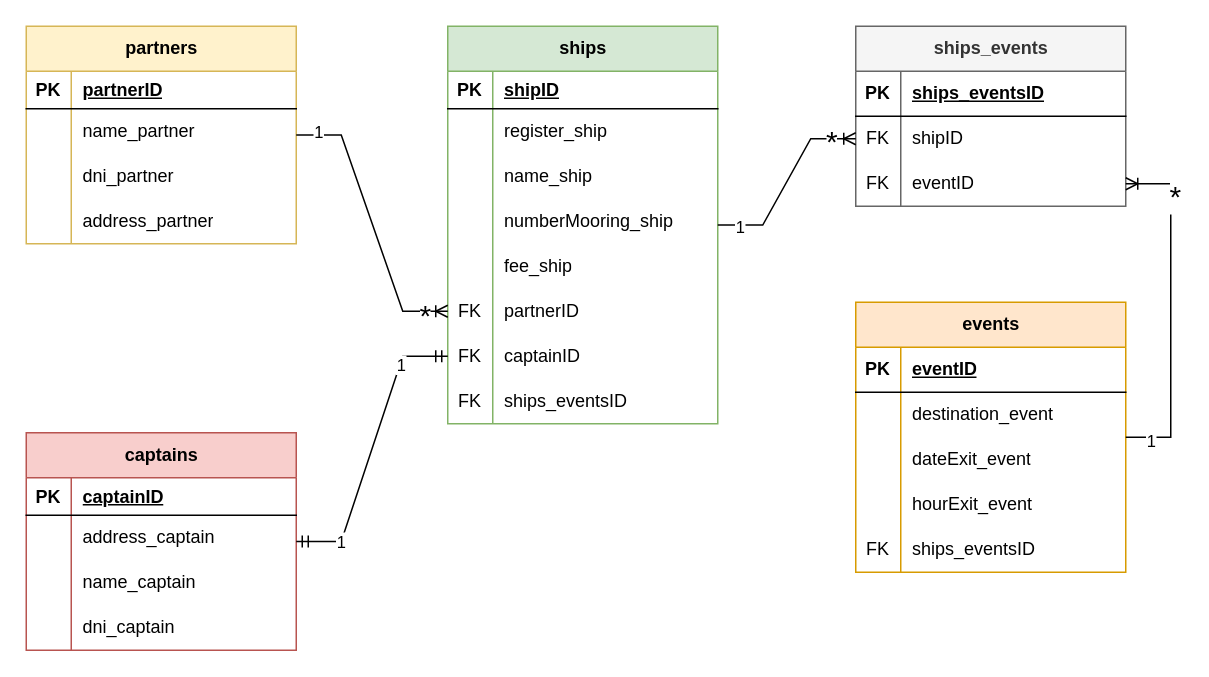
Above: page "ER_Ejercicio2" (3 of 6) of ejercicio2.drawio in JeffreySuarez/DEV.F-02-BD (draw.io), before the change. Source tidied: cells renumbered, new cells numbered last; positions are measured from the earlier drawing's top-left corner, leaving out a move shared by most shapes. Both pictures are drawn from the tidied source at 150%, with x=0, y=0 at pixel (26, 26).
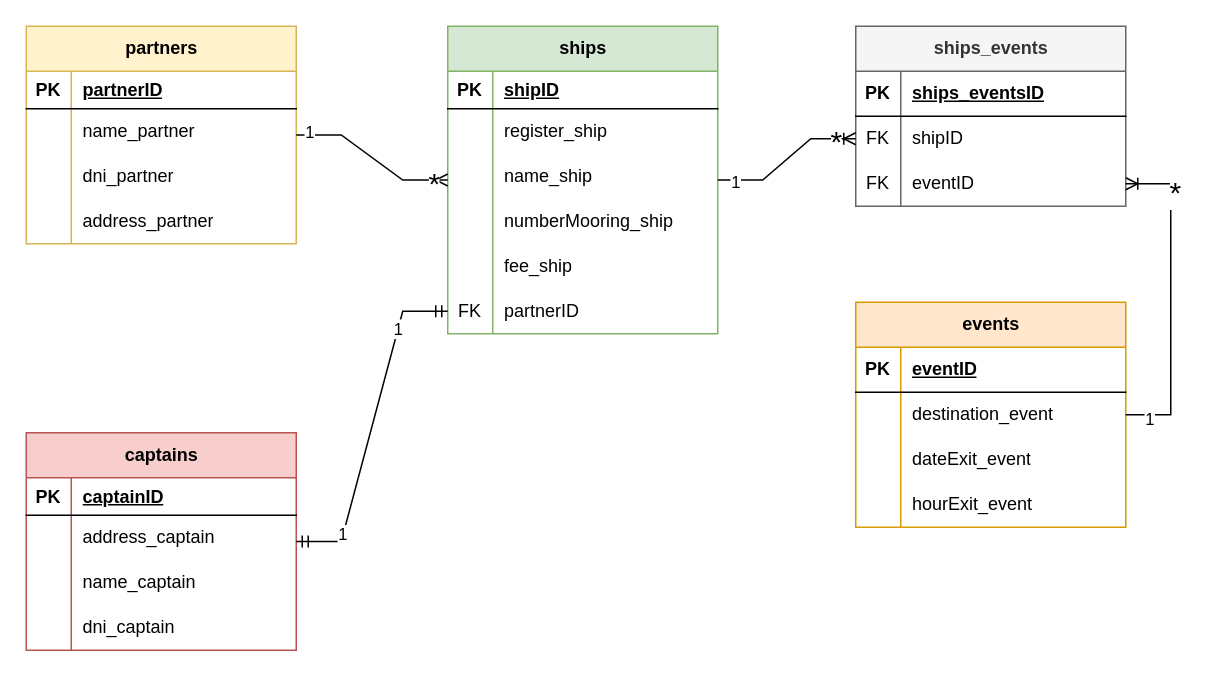
The same page after the edit.

Unchanged cells that the change refers to:
```xml
<mxCell id="2" value="partners" style="shape=table;startSize=30;childLayout=tableLayout;rowLines=0;fontStyle=1;align=center;html=1;fillColor=#fff2cc;strokeColor=#d6b656;" parent="1" vertex="1">
  <mxGeometry width="180" height="145" as="geometry" />
</mxCell>
<mxCell id="31" style="shape=tableRow;horizontal=0;startSize=0;swimlaneHead=0;swimlaneBody=0;fillColor=none;points=[[0,0.5],[1,0.5]];portConstraint=eastwest;top=0;left=0;right=0;bottom=0;" parent="15" vertex="1">
  <mxGeometry y="175" width="180" height="30" as="geometry" />
</mxCell>
<mxCell id="40" value="captains" style="shape=table;startSize=30;childLayout=tableLayout;rowLines=0;fontStyle=1;align=center;html=1;fillColor=#f8cecc;strokeColor=#b85450;" parent="1" vertex="1">
  <mxGeometry y="271" width="180" height="145" as="geometry" />
</mxCell>
```

The edit, as a diff of the source:
```diff
@@
     <mxCell id="15" value="ships" style="shape=table;startSize=30;childLayout=tableLayout;rowLines=0;fontStyle=1;align=center;html=1;fillColor=#d5e8d4;strokeColor=#82b366;" parent="1" vertex="1">
-      <mxGeometry x="281" width="180" height="265" as="geometry" />
+      <mxGeometry x="281" width="180" height="205" as="geometry" />
     </mxCell>
@@
-    <mxCell id="34" style="shape=tableRow;horizontal=0;startSize=0;swimlaneHead=0;swimlaneBody=0;fillColor=none;points=[[0,0.5],[1,0.5]];portConstraint=eastwest;top=0;left=0;right=0;bottom=0;" parent="15" vertex="1">
-      <mxGeometry y="205" width="180" height="30" as="geometry" />
-    </mxCell>
-    <mxCell id="35" value="FK" style="shape=partialRectangle;fillColor=none;top=0;left=0;bottom=0;right=0;overflow=hidden;whiteSpace=wrap;html=1;" parent="34" vertex="1">
-      <mxGeometry width="30" height="30" as="geometry" />
-    </mxCell>
-    <mxCell id="36" value="captainID" style="shape=partialRectangle;fillColor=none;top=0;left=0;bottom=0;right=0;align=left;spacingLeft=6;overflow=hidden;whiteSpace=wrap;html=1;" parent="34" vertex="1">
-      <mxGeometry x="30" width="150" height="30" as="geometry" />
-    </mxCell>
-    <mxCell id="37" style="shape=tableRow;horizontal=0;startSize=0;swimlaneHead=0;swimlaneBody=0;fillColor=none;top=0;left=0;right=0;bottom=0;" parent="15" vertex="1">
-      <mxGeometry y="235" width="180" height="30" as="geometry" />
-    </mxCell>
-    <mxCell id="38" value="FK" style="shape=partialRectangle;fillColor=none;top=0;left=0;bottom=0;right=0;overflow=hidden;whiteSpace=wrap;html=1;" parent="37" vertex="1">
-      <mxGeometry width="30" height="30" as="geometry" />
-    </mxCell>
-    <mxCell id="39" value="ships_eventsID" style="shape=partialRectangle;fillColor=none;top=0;left=0;bottom=0;right=0;align=left;spacingLeft=6;overflow=hidden;whiteSpace=wrap;html=1;" parent="37" vertex="1">
-      <mxGeometry x="30" width="150" height="30" as="geometry" />
-    </mxCell>
@@
     <mxCell id="53" value="events" style="shape=table;startSize=30;childLayout=tableLayout;rowLines=0;fontStyle=1;align=center;html=1;fillColor=#ffe6cc;strokeColor=#d79b00;" parent="1" vertex="1">
-      <mxGeometry x="553" y="184" width="180" height="180" as="geometry" />
+      <mxGeometry x="553" y="184" width="180" height="150" as="geometry" />
     </mxCell>
@@
-    <mxCell id="66" style="shape=tableRow;horizontal=0;startSize=0;swimlaneHead=0;swimlaneBody=0;fillColor=none;top=0;left=0;right=0;bottom=0;" parent="53" vertex="1">
-      <mxGeometry y="150" width="180" height="30" as="geometry" />
-    </mxCell>
-    <mxCell id="67" value="FK" style="shape=partialRectangle;fillColor=none;top=0;left=0;bottom=0;right=0;overflow=hidden;whiteSpace=wrap;html=1;" parent="66" vertex="1">
-      <mxGeometry width="30" height="30" as="geometry" />
-    </mxCell>
-    <mxCell id="68" value="ships_eventsID" style="shape=partialRectangle;fillColor=none;top=0;left=0;bottom=0;right=0;align=left;spacingLeft=6;overflow=hidden;whiteSpace=wrap;html=1;" parent="66" vertex="1">
-      <mxGeometry x="30" width="150" height="30" as="geometry" />
-    </mxCell>
@@
-    <mxCell id="79" style="edgeStyle=entityRelationEdgeStyle;fontSize=12;html=1;endArrow=ERmandOne;startArrow=ERmandOne;rounded=0;" parent="1" edge="1" source="40" target="34">
+    <mxCell id="79" style="edgeStyle=entityRelationEdgeStyle;fontSize=12;html=1;endArrow=ERmandOne;startArrow=ERmandOne;rounded=0;" parent="1" edge="1" source="40" target="31">
       <mxGeometry relative="1" as="geometry" />
     </mxCell>
@@
-    <mxCell id="88" style="edgeStyle=entityRelationEdgeStyle;fontSize=12;html=1;endArrow=ERoneToMany;rounded=0;" parent="1" edge="1" source="2" target="31">
+    <mxCell id="88" style="edgeStyle=entityRelationEdgeStyle;fontSize=12;html=1;endArrow=ERoneToMany;rounded=0;" parent="1" edge="1" source="2" target="15">
       <mxGeometry relative="1" as="geometry" />
     </mxCell>
```
